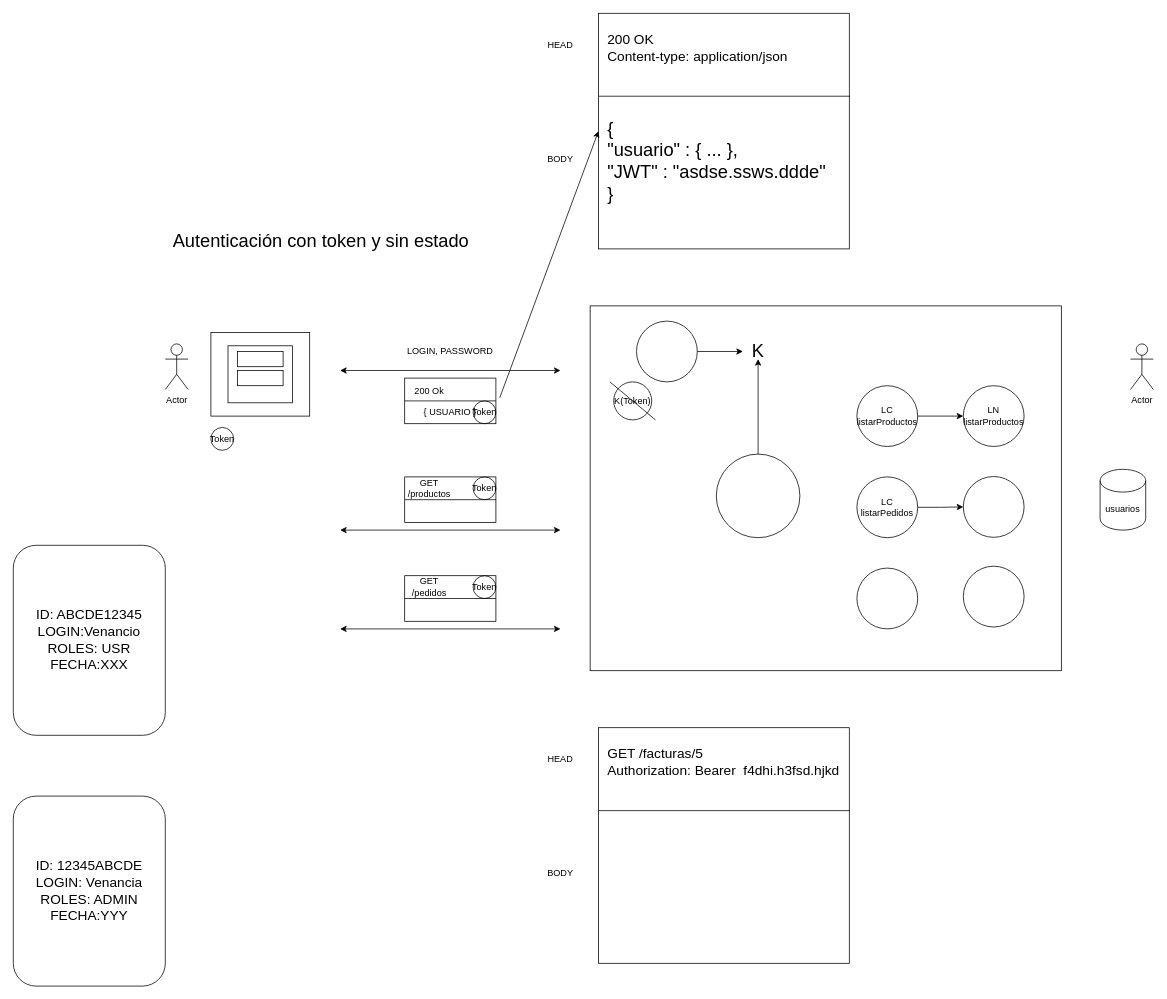
The draw.io diagram page "JWT" (44 of 47) of diagramas.drawio in almoril00/MEAN, before the edit. Source tidied: cells renumbered, new cells numbered last; positions are measured from the earlier drawing's top-left corner, leaving out a move shared by most shapes. Both pictures are drawn from the tidied source at 76%, with x=0, y=0 at pixel (13, 13).
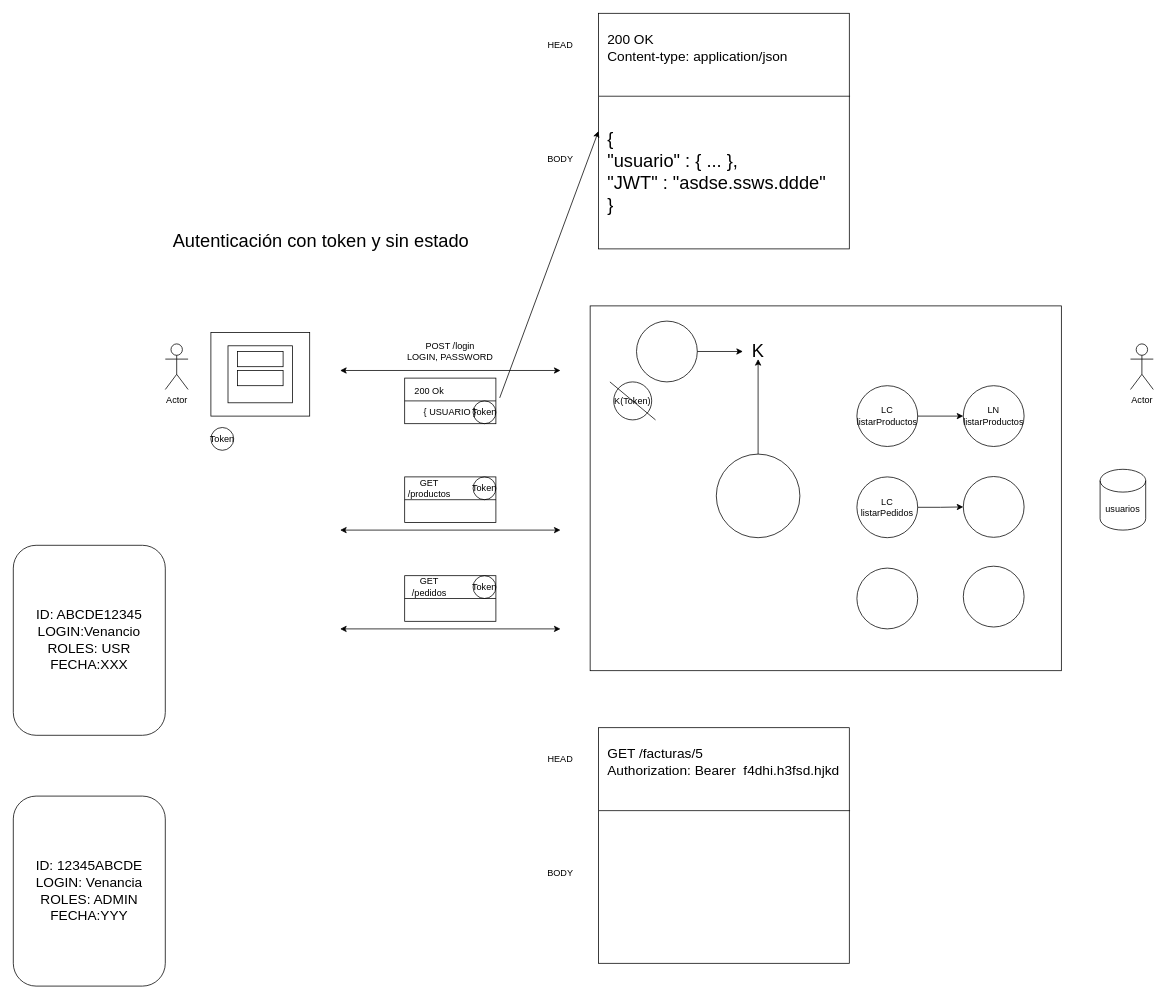
The same diagram, later.

The edit, as a diff of the source:
```diff
@@
-    <mxCell id="7" value="LOGIN, PASSWORD" style="text;html=1;strokeColor=none;fillColor=none;align=center;verticalAlign=middle;whiteSpace=wrap;rounded=0;" parent="1" vertex="1">
+    <mxCell id="7" value="POST /login&lt;br&gt;LOGIN, PASSWORD" style="text;html=1;strokeColor=none;fillColor=none;align=center;verticalAlign=middle;whiteSpace=wrap;rounded=0;" parent="1" vertex="1">
       <mxGeometry x="500" y="435" width="150" height="20" as="geometry" />
     </mxCell>
@@
-    <mxCell id="58" value="&lt;font style=&quot;font-size: 24px&quot;&gt;{&lt;br&gt;&quot;usuario&quot; : { ... },&lt;br&gt;&quot;JWT&quot; : &quot;asdse.ssws.ddde&quot;&lt;br&gt;}&lt;br&gt;&lt;br&gt;&lt;/font&gt;" style="text;html=1;strokeColor=none;fillColor=none;align=left;verticalAlign=middle;whiteSpace=wrap;rounded=0;" parent="1" vertex="1">
+    <mxCell id="58" value="&lt;font style=&quot;font-size: 24px&quot;&gt;{&lt;br&gt;&quot;usuario&quot; : { ... },&lt;br&gt;&quot;JWT&quot; : &quot;asdse.ssws.ddde&quot;&lt;br&gt;}&lt;br&gt;&lt;/font&gt;" style="text;html=1;strokeColor=none;fillColor=none;align=left;verticalAlign=middle;whiteSpace=wrap;rounded=0;" parent="1" vertex="1">
       <mxGeometry x="780" y="137" width="320" height="143" as="geometry" />
     </mxCell>
```
